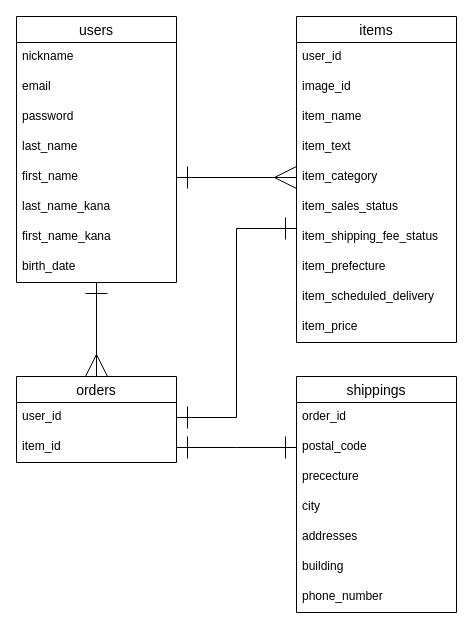
Earlier version of the draw.io diagram ER.dio (Ken-Nakayama/furima-39754). Source tidied: cells renumbered, new cells numbered last; positions are measured from the earlier drawing's top-left corner, leaving out a move shared by most shapes. Both pictures are drawn from the tidied source at 100%, with x=0, y=0 at pixel (16, 16).
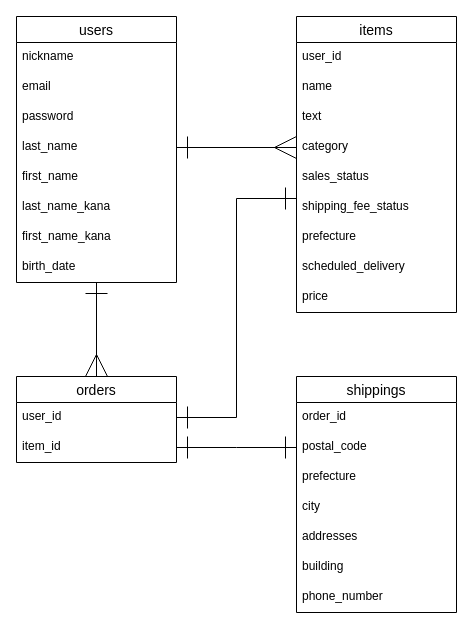
The same diagram, later.

Commit message (it also covers changes not shown here):
データベース設計-プルリク修正

Unchanged cells that the change refers to:
```xml
<mxCell id="2" value="shippings" style="swimlane;fontStyle=0;horizontal=1;startSize=26;align=center;fontSize=14;" parent="1" vertex="1">
  <mxGeometry x="280" y="360" width="160" height="236" as="geometry" />
</mxCell>
<mxCell id="28" value="last_name" style="text;strokeColor=none;fillColor=none;spacingLeft=4;spacingRight=4;overflow=hidden;points=[[0,0.5],[1,0.5]];portConstraint=eastwest;fontSize=12;" parent="24" vertex="1">
  <mxGeometry y="116" width="160" height="30" as="geometry" />
</mxCell>
<mxCell id="29" value="first_name" style="text;strokeColor=none;fillColor=none;spacingLeft=4;spacingRight=4;overflow=hidden;points=[[0,0.5],[1,0.5]];portConstraint=eastwest;fontSize=12;" parent="24" vertex="1">
  <mxGeometry y="146" width="160" height="30" as="geometry" />
</mxCell>
```

What changed in the source:
```diff
@@
-    <mxCell id="5" value="prececture" style="text;strokeColor=none;fillColor=none;spacingLeft=4;spacingRight=4;overflow=hidden;fontSize=12;" parent="2" vertex="1">
+    <mxCell id="5" value="prefecture" style="text;strokeColor=none;fillColor=none;spacingLeft=4;spacingRight=4;overflow=hidden;fontSize=12;" parent="2" vertex="1">
       <mxGeometry y="86" width="160" height="30" as="geometry" />
     </mxCell>
@@
     <mxCell id="13" value="items" style="swimlane;fontStyle=0;horizontal=1;startSize=26;align=center;fontSize=14;" parent="1" vertex="1">
-      <mxGeometry x="280" width="160" height="326" as="geometry" />
+      <mxGeometry x="280" width="160" height="296" as="geometry" />
     </mxCell>
@@
-    <mxCell id="15" value="image_id" style="text;strokeColor=none;fillColor=none;spacingLeft=4;spacingRight=4;overflow=hidden;fontSize=12;" parent="13" vertex="1">
-      <mxGeometry y="56" width="160" height="30" as="geometry" />
-    </mxCell>
-    <mxCell id="16" value="item_name" style="text;strokeColor=none;fillColor=none;spacingLeft=4;spacingRight=4;overflow=hidden;fontSize=12;" parent="13" vertex="1">
-      <mxGeometry y="86" width="160" height="30" as="geometry" />
+    <mxCell id="16" value="name" style="text;strokeColor=none;fillColor=none;spacingLeft=4;spacingRight=4;overflow=hidden;fontSize=12;" parent="13" vertex="1">
+      <mxGeometry y="56" width="160" height="30" as="geometry" />
     </mxCell>
-    <mxCell id="17" value="item_text" style="text;strokeColor=none;fillColor=none;spacingLeft=4;spacingRight=4;overflow=hidden;fontSize=12;" parent="13" vertex="1">
-      <mxGeometry y="116" width="160" height="30" as="geometry" />
+    <mxCell id="17" value="text" style="text;strokeColor=none;fillColor=none;spacingLeft=4;spacingRight=4;overflow=hidden;fontSize=12;" parent="13" vertex="1">
+      <mxGeometry y="86" width="160" height="30" as="geometry" />
     </mxCell>
-    <mxCell id="18" value="item_category" style="text;strokeColor=none;fillColor=none;spacingLeft=4;spacingRight=4;overflow=hidden;points=[[0,0.5],[1,0.5]];portConstraint=eastwest;fontSize=12;" parent="13" vertex="1">
-      <mxGeometry y="146" width="160" height="30" as="geometry" />
+    <mxCell id="18" value="category" style="text;strokeColor=none;fillColor=none;spacingLeft=4;spacingRight=4;overflow=hidden;points=[[0,0.5],[1,0.5]];portConstraint=eastwest;fontSize=12;" parent="13" vertex="1">
+      <mxGeometry y="116" width="160" height="30" as="geometry" />
     </mxCell>
-    <mxCell id="19" value="item_sales_status" style="text;strokeColor=none;fillColor=none;spacingLeft=4;spacingRight=4;overflow=hidden;fontSize=12;" parent="13" vertex="1">
-      <mxGeometry y="176" width="160" height="30" as="geometry" />
+    <mxCell id="19" value="sales_status" style="text;strokeColor=none;fillColor=none;spacingLeft=4;spacingRight=4;overflow=hidden;fontSize=12;" parent="13" vertex="1">
+      <mxGeometry y="146" width="160" height="30" as="geometry" />
     </mxCell>
-    <mxCell id="20" value="item_shipping_fee_status" style="text;strokeColor=none;fillColor=none;spacingLeft=4;spacingRight=4;overflow=hidden;points=[[0,0.5],[1,0.5]];portConstraint=eastwest;fontSize=12;" parent="13" vertex="1">
-      <mxGeometry y="206" width="160" height="30" as="geometry" />
+    <mxCell id="20" value="shipping_fee_status" style="text;strokeColor=none;fillColor=none;spacingLeft=4;spacingRight=4;overflow=hidden;points=[[0,0.5],[1,0.5]];portConstraint=eastwest;fontSize=12;" parent="13" vertex="1">
+      <mxGeometry y="176" width="160" height="30" as="geometry" />
     </mxCell>
-    <mxCell id="21" value="item_prefecture" style="text;strokeColor=none;fillColor=none;spacingLeft=4;spacingRight=4;overflow=hidden;fontSize=12;" parent="13" vertex="1">
-      <mxGeometry y="236" width="160" height="30" as="geometry" />
+    <mxCell id="21" value="prefecture" style="text;strokeColor=none;fillColor=none;spacingLeft=4;spacingRight=4;overflow=hidden;fontSize=12;" parent="13" vertex="1">
+      <mxGeometry y="206" width="160" height="30" as="geometry" />
     </mxCell>
-    <mxCell id="22" value="item_scheduled_delivery" style="text;strokeColor=none;fillColor=none;spacingLeft=4;spacingRight=4;overflow=hidden;fontSize=12;" parent="13" vertex="1">
-      <mxGeometry y="266" width="160" height="30" as="geometry" />
+    <mxCell id="22" value="scheduled_delivery" style="text;strokeColor=none;fillColor=none;spacingLeft=4;spacingRight=4;overflow=hidden;fontSize=12;" parent="13" vertex="1">
+      <mxGeometry y="236" width="160" height="30" as="geometry" />
     </mxCell>
-    <mxCell id="23" value="item_price" style="text;strokeColor=none;fillColor=none;spacingLeft=4;spacingRight=4;overflow=hidden;fontSize=12;" parent="13" vertex="1">
-      <mxGeometry y="296" width="160" height="30" as="geometry" />
+    <mxCell id="23" value="price" style="text;strokeColor=none;fillColor=none;spacingLeft=4;spacingRight=4;overflow=hidden;fontSize=12;" parent="13" vertex="1">
+      <mxGeometry y="266" width="160" height="30" as="geometry" />
     </mxCell>
@@
-    <mxCell id="33" style="edgeStyle=none;html=1;exitX=1;exitY=0.5;exitDx=0;exitDy=0;entryX=0;entryY=0.5;entryDx=0;entryDy=0;strokeColor=default;startArrow=ERone;startFill=0;endArrow=ERmany;endFill=0;endSize=20;startSize=20;" parent="1" edge="1" source="29" target="18">
+    <mxCell id="33" style="edgeStyle=none;html=1;entryX=0;entryY=0.5;entryDx=0;entryDy=0;strokeColor=default;startArrow=ERone;startFill=0;endArrow=ERmany;endFill=0;endSize=20;startSize=20;" parent="1" edge="1" source="28" target="18">
       <mxGeometry relative="1" as="geometry" />
     </mxCell>
```
